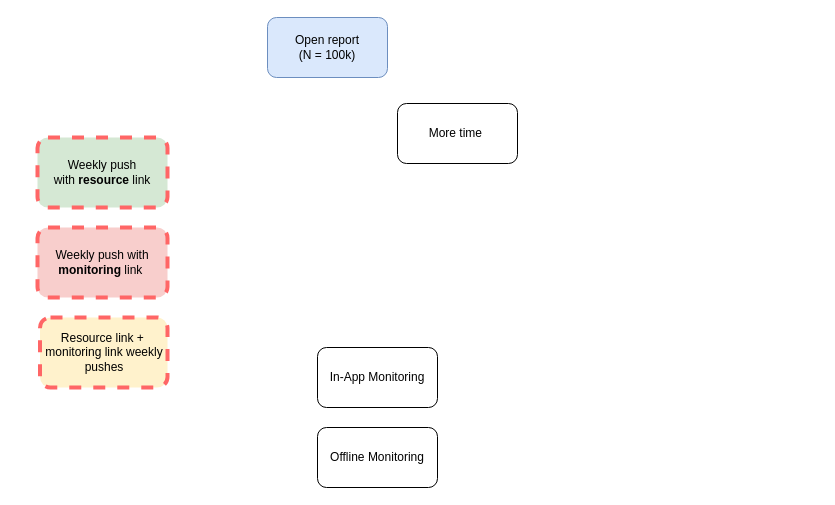
This is parent_nudge_mechanism.drawio from henrishi/drawio, a draw.io file, before an edit. Source tidied: cells renumbered, new cells numbered last; positions are measured from the earlier drawing's top-left corner, leaving out a move shared by most shapes. Both pictures are drawn from the tidied source at 100%, with x=0, y=0 at pixel (37, 17).
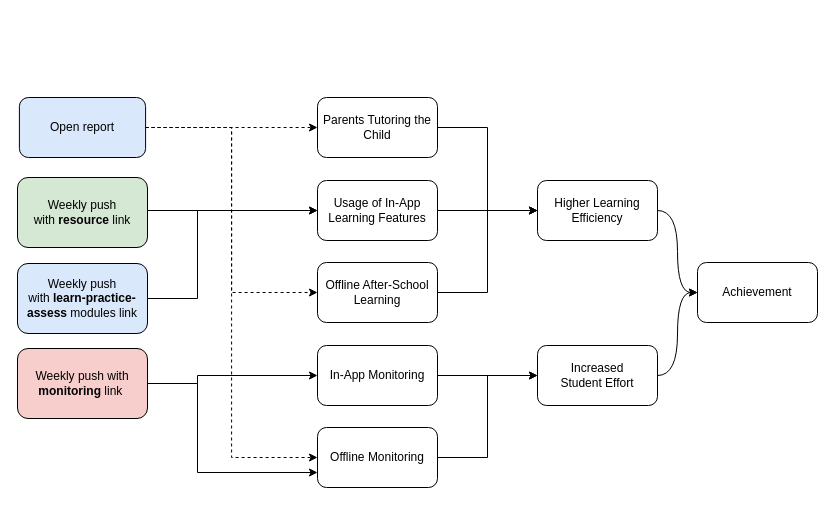
The same diagram, later.

The change refers to these unchanged cells:
```xml
<mxCell id="7" value="Offline Monitoring" style="rounded=1;whiteSpace=wrap;html=1;" parent="1" vertex="1">
  <mxGeometry x="280" y="410" width="120" height="60" as="geometry" />
</mxCell>
```

The edit, as a diff of the source:
```diff
@@
+    <mxCell id="9" style="edgeStyle=orthogonalEdgeStyle;rounded=0;jettySize=auto;html=1;exitX=1;exitY=0.5;exitDx=0;exitDy=0;entryX=0;entryY=0.5;entryDx=0;entryDy=0;dashed=1;" parent="1" edge="1" source="2" target="8">
+      <mxGeometry relative="1" as="geometry" />
+    </mxCell>
+    <mxCell id="10" style="edgeStyle=orthogonalEdgeStyle;rounded=0;jettySize=auto;html=1;exitX=1;exitY=0.5;exitDx=0;exitDy=0;entryX=0;entryY=0.5;entryDx=0;entryDy=0;dashed=1;" parent="1" edge="1" source="2" target="7">
+      <mxGeometry relative="1" as="geometry" />
+    </mxCell>
+    <mxCell id="11" style="edgeStyle=orthogonalEdgeStyle;rounded=0;jettySize=auto;html=1;exitX=1;exitY=0.5;exitDx=0;exitDy=0;entryX=0;entryY=0.5;entryDx=0;entryDy=0;dashed=1;" parent="1" edge="1" source="2" target="21">
+      <mxGeometry relative="1" as="geometry" />
+    </mxCell>
-    <mxCell id="2" value="Open report&lt;br&gt;(N = 100k)" style="rounded=1;whiteSpace=wrap;html=1;fillColor=#dae8fc;strokeColor=#6c8ebf;" parent="1" vertex="1">
-      <mxGeometry x="230" width="120" height="60" as="geometry" />
+    <mxCell id="2" value="Open report" style="rounded=1;whiteSpace=wrap;html=1;fillColor=#dae8fc;strokeWidth=1;" parent="1" vertex="1">
+      <mxGeometry x="-18.1" y="80" width="126.2" height="60" as="geometry" />
     </mxCell>
+    <mxCell id="12" style="edgeStyle=orthogonalEdgeStyle;rounded=0;jettySize=auto;html=1;exitX=1;exitY=0.5;exitDx=0;exitDy=0;entryX=0;entryY=0.5;entryDx=0;entryDy=0;" parent="1" edge="1" source="3" target="6">
+      <mxGeometry relative="1" as="geometry">
+        <Array as="points">
+          <mxPoint x="160" y="366" />
+          <mxPoint x="160" y="358" />
+        </Array>
+      </mxGeometry>
+    </mxCell>
+    <mxCell id="13" style="edgeStyle=orthogonalEdgeStyle;rounded=0;jettySize=auto;html=1;exitX=1;exitY=0.5;exitDx=0;exitDy=0;entryX=0;entryY=0.75;entryDx=0;entryDy=0;" parent="1" edge="1" source="3" target="7">
+      <mxGeometry relative="1" as="geometry">
+        <Array as="points">
+          <mxPoint x="160" y="366" />
+          <mxPoint x="160" y="455" />
+        </Array>
+      </mxGeometry>
+    </mxCell>
-    <mxCell id="3" value="Weekly push with &lt;b&gt;monitoring&lt;/b&gt; link&amp;nbsp;" style="rounded=1;whiteSpace=wrap;html=1;fillColor=#f8cecc;dashed=1;strokeWidth=4;strokeColor=#FF6666;" parent="1" vertex="1">
-      <mxGeometry y="210" width="130" height="70" as="geometry" />
+    <mxCell id="3" value="Weekly push with &lt;b&gt;monitoring&lt;/b&gt; link&amp;nbsp;" style="rounded=1;whiteSpace=wrap;html=1;fillColor=#f8cecc;strokeWidth=1;" parent="1" vertex="1">
+      <mxGeometry x="-20" y="331" width="130" height="70" as="geometry" />
     </mxCell>
+    <mxCell id="14" style="edgeStyle=orthogonalEdgeStyle;rounded=0;jettySize=auto;html=1;exitX=1;exitY=0.5;exitDx=0;exitDy=0;entryX=0;entryY=0.5;entryDx=0;entryDy=0;" parent="1" edge="1" source="4" target="19">
+      <mxGeometry relative="1" as="geometry">
+        <Array as="points">
+          <mxPoint x="110" y="193" />
+        </Array>
+      </mxGeometry>
+    </mxCell>
-    <mxCell id="4" value="Weekly push&lt;br&gt;with &lt;b&gt;resource&lt;/b&gt; link" style="rounded=1;whiteSpace=wrap;html=1;fillColor=#d5e8d4;dashed=1;strokeWidth=4;strokeColor=#FF6666;" parent="1" vertex="1">
-      <mxGeometry y="120" width="130" height="70" as="geometry" />
+    <mxCell id="4" value="Weekly push&lt;br&gt;with &lt;b&gt;resource&lt;/b&gt; link" style="rounded=1;whiteSpace=wrap;html=1;fillColor=#d5e8d4;strokeWidth=1;" parent="1" vertex="1">
+      <mxGeometry x="-20" y="160" width="130" height="70" as="geometry" />
     </mxCell>
-    <mxCell id="5" value="Resource link +&amp;nbsp; monitoring link weekly pushes" style="rounded=1;whiteSpace=wrap;html=1;fillColor=#fff2cc;strokeColor=#FF6666;dashed=1;strokeWidth=4;" parent="1" vertex="1">
-      <mxGeometry x="2.5" y="300" width="127.5" height="70" as="geometry" />
-    </mxCell>
+    <mxCell id="15" style="edgeStyle=orthogonalEdgeStyle;rounded=0;jettySize=auto;html=1;exitX=1;exitY=0.5;exitDx=0;exitDy=0;entryX=0;entryY=0.5;entryDx=0;entryDy=0;" parent="1" edge="1" source="6" target="25">
+      <mxGeometry relative="1" as="geometry" />
+    </mxCell>
     <mxCell id="6" value="In-App Monitoring" style="rounded=1;whiteSpace=wrap;html=1;" parent="1" vertex="1">
-      <mxGeometry x="280" y="330" width="120" height="60" as="geometry" />
+      <mxGeometry x="280" y="328" width="120" height="60" as="geometry" />
     </mxCell>
+    <mxCell id="16" style="edgeStyle=orthogonalEdgeStyle;rounded=0;jettySize=auto;html=1;exitX=1;exitY=0.5;exitDx=0;exitDy=0;entryX=0;entryY=0.5;entryDx=0;entryDy=0;" parent="1" edge="1" source="7" target="25">
+      <mxGeometry relative="1" as="geometry" />
+    </mxCell>
@@
+    <mxCell id="17" style="edgeStyle=orthogonalEdgeStyle;rounded=0;jettySize=auto;html=1;exitX=1;exitY=0.5;exitDx=0;exitDy=0;entryX=0;entryY=0.5;entryDx=0;entryDy=0;" parent="1" edge="1" source="8" target="27">
+      <mxGeometry relative="1" as="geometry" />
+    </mxCell>
-    <mxCell id="8" value="More time&amp;nbsp;" style="rounded=1;whiteSpace=wrap;html=1;" parent="1" vertex="1">
-      <mxGeometry x="360" y="86" width="120" height="60" as="geometry" />
+    <mxCell id="8" value="Parents Tutoring the Child" style="rounded=1;whiteSpace=wrap;html=1;" parent="1" vertex="1">
+      <mxGeometry x="280" y="80" width="120" height="60" as="geometry" />
     </mxCell>
+    <mxCell id="18" style="edgeStyle=orthogonalEdgeStyle;rounded=0;jettySize=auto;html=1;exitX=1;exitY=0.5;exitDx=0;exitDy=0;entryX=0;entryY=0.5;entryDx=0;entryDy=0;" parent="1" edge="1" source="19" target="27">
+      <mxGeometry relative="1" as="geometry" />
+    </mxCell>
+    <mxCell id="19" value="Usage of In-App Learning Features" style="rounded=1;whiteSpace=wrap;html=1;" parent="1" vertex="1">
+      <mxGeometry x="280" y="163" width="120" height="60" as="geometry" />
+    </mxCell>
+    <mxCell id="20" style="edgeStyle=orthogonalEdgeStyle;rounded=0;jettySize=auto;html=1;exitX=1;exitY=0.5;exitDx=0;exitDy=0;entryX=0;entryY=0.5;entryDx=0;entryDy=0;" parent="1" edge="1" source="21" target="27">
+      <mxGeometry relative="1" as="geometry" />
+    </mxCell>
+    <mxCell id="21" value="Offline After-School Learning" style="rounded=1;whiteSpace=wrap;html=1;" parent="1" vertex="1">
+      <mxGeometry x="280" y="245" width="120" height="60" as="geometry" />
+    </mxCell>
+    <mxCell id="22" style="edgeStyle=orthogonalEdgeStyle;rounded=0;jettySize=auto;html=1;exitX=1;exitY=0.5;exitDx=0;exitDy=0;entryX=0;entryY=0.5;entryDx=0;entryDy=0;" parent="1" edge="1" source="23" target="19">
+      <mxGeometry relative="1" as="geometry">
+        <Array as="points">
+          <mxPoint x="160" y="281" />
+          <mxPoint x="160" y="193" />
+        </Array>
+      </mxGeometry>
+    </mxCell>
+    <mxCell id="23" value="Weekly push&lt;br&gt;with &lt;b&gt;learn-practice-assess &lt;/b&gt;modules&amp;nbsp;link" style="rounded=1;whiteSpace=wrap;html=1;fillColor=#dae8fc;strokeWidth=1;" parent="1" vertex="1">
+      <mxGeometry x="-20" y="246" width="130" height="70" as="geometry" />
+    </mxCell>
+    <mxCell id="24" style="edgeStyle=orthogonalEdgeStyle;curved=1;rounded=0;jettySize=auto;html=1;exitX=1;exitY=0.5;exitDx=0;exitDy=0;entryX=0;entryY=0.5;entryDx=0;entryDy=0;" parent="1" edge="1" source="25" target="28">
+      <mxGeometry relative="1" as="geometry" />
+    </mxCell>
+    <mxCell id="25" value="Increased &lt;br&gt;Student Effort" style="rounded=1;whiteSpace=wrap;html=1;" parent="1" vertex="1">
+      <mxGeometry x="500" y="328" width="120" height="60" as="geometry" />
+    </mxCell>
+    <mxCell id="26" style="edgeStyle=orthogonalEdgeStyle;curved=1;rounded=0;jettySize=auto;html=1;exitX=1;exitY=0.5;exitDx=0;exitDy=0;entryX=0;entryY=0.5;entryDx=0;entryDy=0;" parent="1" edge="1" source="27" target="28">
+      <mxGeometry relative="1" as="geometry" />
+    </mxCell>
+    <mxCell id="27" value="Higher Learning Efficiency" style="rounded=1;whiteSpace=wrap;html=1;" parent="1" vertex="1">
+      <mxGeometry x="500" y="163" width="120" height="60" as="geometry" />
+    </mxCell>
+    <mxCell id="28" value="Achievement" style="rounded=1;whiteSpace=wrap;html=1;" parent="1" vertex="1">
+      <mxGeometry x="660" y="245" width="120" height="60" as="geometry" />
+    </mxCell>
```
